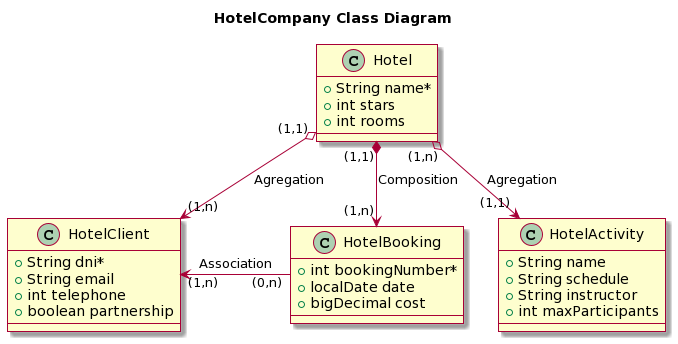
This is docs/hotel.model.png from wzzzzwwzw/apaw-practice, a PlantUML export, as it was before one commit. The source it was exported from:
```plantuml
@startuml
skin rose

title HotelCompany Class Diagram


Hotel "(1,1)" o--> "(1,n)" HotelClient: Agregation
Hotel "(1,1)" *--> "(1,n)" HotelBooking: Composition
Hotel "(1,n)" o--> "(1,1)" HotelActivity: Agregation
HotelClient "(1,n)" <--Right "(0,n)" HotelBooking: Association

class Hotel {
  +String name*
  +int stars
  +int rooms
}

class HotelClient {
  +String dni*
  +String email
  +int telephone
  +boolean partnership
}

class HotelBooking {
  +int bookingNumber*
  +localDate date
  +bigDecimal cost
}

class HotelActivity {
  +String name
  +String schedule
  +String instructor
  +int maxParticipants
}
@enduml
```
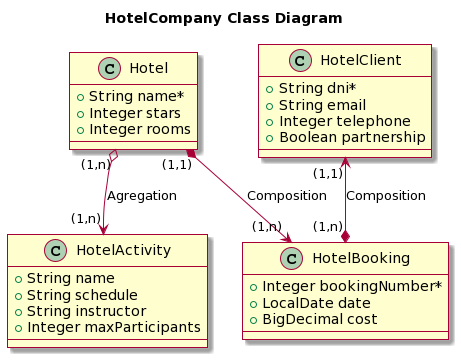
After the commit.

The edit, as a diff of the source:
```diff
@@ -4,34 +4,33 @@
 title HotelCompany Class Diagram
 
 
-Hotel "(1,1)" o--> "(1,n)" HotelClient: Agregation
 Hotel "(1,1)" *--> "(1,n)" HotelBooking: Composition
-Hotel "(1,n)" o--> "(1,1)" HotelActivity: Agregation
-HotelClient "(1,n)" <--Right "(0,n)" HotelBooking: Association
+Hotel "(1,n)" o--> "(1,n)" HotelActivity: Agregation
+HotelClient "(1,1)" <--* "(1,n)" HotelBooking: Composition
 
 class Hotel {
   +String name*
-  +int stars
-  +int rooms
+  +Integer stars
+  +Integer rooms
 }
 
 class HotelClient {
   +String dni*
   +String email
-  +int telephone
-  +boolean partnership
+  +Integer telephone
+  +Boolean partnership
 }
 
 class HotelBooking {
-  +int bookingNumber*
-  +localDate date
-  +bigDecimal cost
+  +Integer bookingNumber*
+  +LocalDate date
+  +BigDecimal cost
 }
 
 class HotelActivity {
   +String name
   +String schedule
   +String instructor
-  +int maxParticipants
+  +Integer maxParticipants
 }
 @enduml
```
